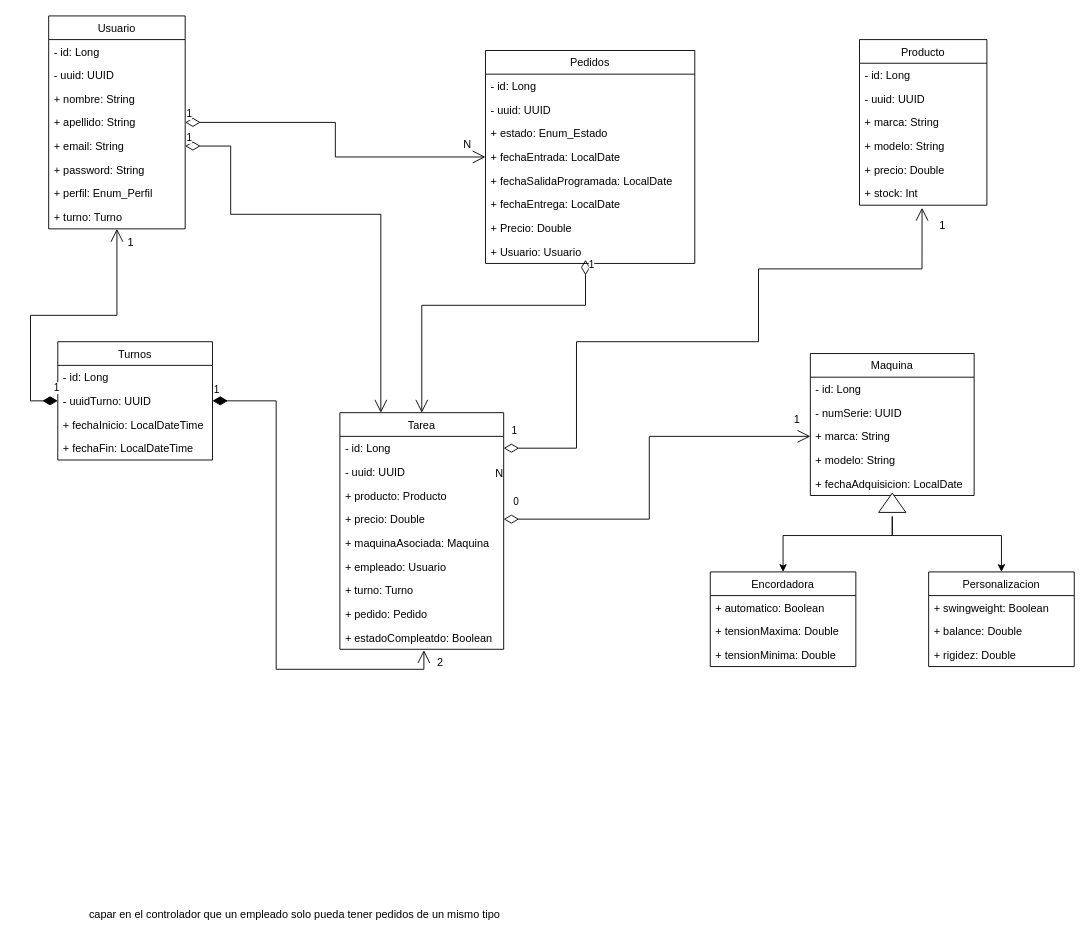
Above: metadata/DiagramaClasesTenisLab.drawio in RuyMi/Practica_Mongo_TenistasLab_AccesoADatos (draw.io), before the change. Source tidied: cells renumbered, new cells numbered last; positions are measured from the earlier drawing's top-left corner, leaving out a move shared by most shapes. Both pictures are drawn from the tidied source at 91%, with x=0, y=0 at pixel (30, 15).
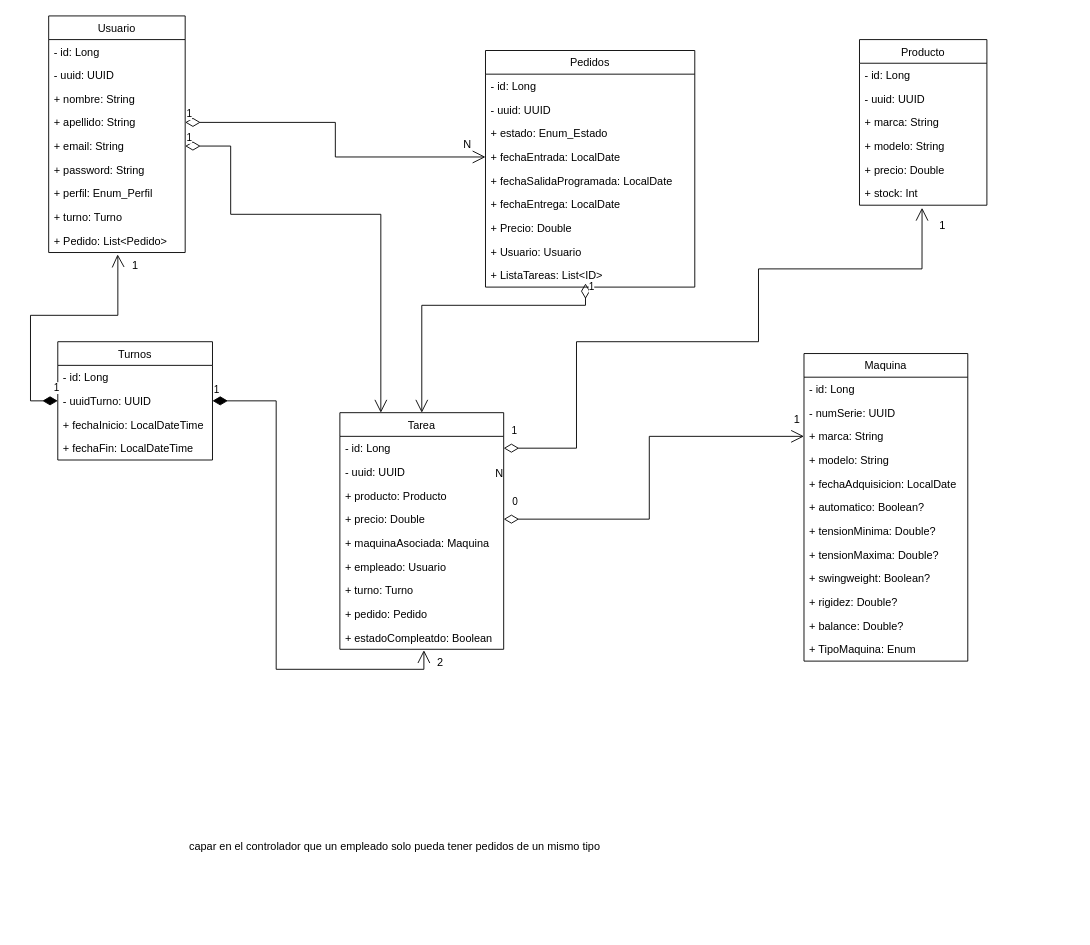
Above is the later version.

Commit message (it also covers changes not shown here):
Diagrama actualizado v1.0

The change refers to these unchanged cells:
```xml
<mxCell id="10" value="+ turno: Turno" style="text;strokeColor=none;fillColor=none;align=left;verticalAlign=top;spacingLeft=4;spacingRight=4;overflow=hidden;points=[[0,0.5],[1,0.5]];portConstraint=eastwest;" parent="2" vertex="1">
  <mxGeometry y="208" width="150" height="26" as="geometry" />
</mxCell>
<mxCell id="65" value="- uuidTurno: UUID" style="text;strokeColor=none;fillColor=none;align=left;verticalAlign=top;spacingLeft=4;spacingRight=4;overflow=hidden;points=[[0,0.5],[1,0.5]];portConstraint=eastwest;" parent="63" vertex="1">
  <mxGeometry y="52" width="170" height="26" as="geometry" />
</mxCell>
```

Diff of the diagram source:
```diff
@@
     <mxCell id="2" value="Usuario" style="swimlane;fontStyle=0;horizontal=1;startSize=26;fillColor=none;" parent="1" vertex="1">
-      <mxGeometry x="20" width="150" height="234" as="geometry" />
+      <mxGeometry x="20" width="150" height="260" as="geometry" />
     </mxCell>
@@
+    <mxCell id="73" value="+ Pedido: List&lt;Pedido&gt;" style="text;strokeColor=none;fillColor=none;align=left;verticalAlign=top;spacingLeft=4;spacingRight=4;overflow=hidden;points=[[0,0.5],[1,0.5]];portConstraint=eastwest;" parent="2" vertex="1">
+      <mxGeometry y="234" width="150" height="26" as="geometry" />
+    </mxCell>
     <mxCell id="11" value="Pedidos" style="swimlane;fontStyle=0;horizontal=1;startSize=26;fillColor=none;" parent="1" vertex="1">
-      <mxGeometry x="500" y="38" width="230" height="234" as="geometry" />
+      <mxGeometry x="500" y="38" width="230" height="260" as="geometry" />
     </mxCell>
@@
+    <mxCell id="74" value="+ Usuario: Usuario" style="text;strokeColor=none;fillColor=none;align=left;verticalAlign=top;spacingLeft=4;spacingRight=4;overflow=hidden;" parent="11" vertex="1">
+      <mxGeometry y="208" width="230" height="26" as="geometry" />
+    </mxCell>
-    <mxCell id="19" value="+ Usuario: Usuario" style="text;strokeColor=none;fillColor=none;align=left;verticalAlign=top;spacingLeft=4;spacingRight=4;overflow=hidden;points=[[0,0.5],[1,0.5]];portConstraint=eastwest;" parent="11" vertex="1">
-      <mxGeometry y="208" width="230" height="26" as="geometry" />
+    <mxCell id="19" value="+ ListaTareas: List&lt;ID&gt;" style="text;strokeColor=none;fillColor=none;align=left;verticalAlign=top;spacingLeft=4;spacingRight=4;overflow=hidden;points=[[0,0.5],[1,0.5]];portConstraint=eastwest;" parent="11" vertex="1">
+      <mxGeometry y="234" width="230" height="26" as="geometry" />
     </mxCell>
@@
     <mxCell id="22" value="Maquina" style="swimlane;fontStyle=0;horizontal=1;startSize=26;fillColor=none;" parent="1" vertex="1">
-      <mxGeometry x="857" y="371" width="180" height="156" as="geometry" />
+      <mxGeometry x="850" y="371" width="180" height="338" as="geometry" />
     </mxCell>
@@
-    <mxCell id="28" style="triangle;whiteSpace=wrap;html=1;rotation=-90;" parent="1" vertex="1">
-      <mxGeometry x="936.4" y="520" width="21.2" height="30" as="geometry" />
-    </mxCell>
-    <mxCell id="29" style="endArrow=classic;html=1;rounded=0;exitX=0.5;exitY=1;exitDx=0;exitDy=0;" parent="1" edge="1">
-      <mxGeometry relative="1" as="geometry">
-        <mxPoint x="947" y="550" as="sourcePoint" />
-        <mxPoint x="827" y="611" as="targetPoint" />
-        <Array as="points">
-          <mxPoint x="947" y="571" />
-          <mxPoint x="827" y="571" />
-        </Array>
-      </mxGeometry>
-    </mxCell>
-    <mxCell id="30" style="endArrow=classic;html=1;rounded=0;exitX=0.5;exitY=1;exitDx=0;exitDy=0;" parent="1" edge="1">
-      <mxGeometry relative="1" as="geometry">
-        <mxPoint x="947" y="550" as="sourcePoint" />
-        <mxPoint x="1067" y="611" as="targetPoint" />
-        <Array as="points">
-          <mxPoint x="947" y="571" />
-          <mxPoint x="1067" y="571" />
-        </Array>
-      </mxGeometry>
-    </mxCell>
-    <mxCell id="31" value="Encordadora" style="swimlane;fontStyle=0;horizontal=1;startSize=26;fillColor=none;" parent="1" vertex="1">
-      <mxGeometry x="747" y="611" width="160" height="104" as="geometry" />
-    </mxCell>
-    <mxCell id="32" value="+ automatico: Boolean" style="text;strokeColor=none;fillColor=none;align=left;verticalAlign=top;spacingLeft=4;spacingRight=4;overflow=hidden;" parent="31" vertex="1">
-      <mxGeometry y="26" width="160" height="26" as="geometry" />
+    <mxCell id="32" value="+ automatico: Boolean?" style="text;strokeColor=none;fillColor=none;align=left;verticalAlign=top;spacingLeft=4;spacingRight=4;overflow=hidden;" parent="22" vertex="1">
+      <mxGeometry y="156" width="180" height="26" as="geometry" />
     </mxCell>
+    <mxCell id="34" value="+ tensionMinima: Double?" style="text;strokeColor=none;fillColor=none;align=left;verticalAlign=top;spacingLeft=4;spacingRight=4;overflow=hidden;" parent="22" vertex="1">
+      <mxGeometry y="182" width="180" height="26" as="geometry" />
+    </mxCell>
-    <mxCell id="33" value="+ tensionMaxima: Double" style="text;strokeColor=none;fillColor=none;align=left;verticalAlign=top;spacingLeft=4;spacingRight=4;overflow=hidden;" parent="31" vertex="1">
-      <mxGeometry y="52" width="160" height="26" as="geometry" />
+    <mxCell id="33" value="+ tensionMaxima: Double?" style="text;strokeColor=none;fillColor=none;align=left;verticalAlign=top;spacingLeft=4;spacingRight=4;overflow=hidden;" parent="22" vertex="1">
+      <mxGeometry y="208" width="180" height="26" as="geometry" />
     </mxCell>
-    <mxCell id="34" value="+ tensionMinima: Double" style="text;strokeColor=none;fillColor=none;align=left;verticalAlign=top;spacingLeft=4;spacingRight=4;overflow=hidden;" parent="31" vertex="1">
-      <mxGeometry y="78" width="160" height="26" as="geometry" />
-    </mxCell>
-    <mxCell id="35" value="Personalizacion" style="swimlane;fontStyle=0;horizontal=1;startSize=26;fillColor=none;" parent="1" vertex="1">
-      <mxGeometry x="987" y="611" width="160" height="104" as="geometry" />
-    </mxCell>
-    <mxCell id="36" value="+ swingweight: Boolean" style="text;strokeColor=none;fillColor=none;align=left;verticalAlign=top;spacingLeft=4;spacingRight=4;overflow=hidden;" parent="35" vertex="1">
-      <mxGeometry y="26" width="160" height="26" as="geometry" />
+    <mxCell id="36" value="+ swingweight: Boolean?" style="text;strokeColor=none;fillColor=none;align=left;verticalAlign=top;spacingLeft=4;spacingRight=4;overflow=hidden;" parent="22" vertex="1">
+      <mxGeometry y="234" width="180" height="26" as="geometry" />
     </mxCell>
+    <mxCell id="38" value="+ rigidez: Double?" style="text;strokeColor=none;fillColor=none;align=left;verticalAlign=top;spacingLeft=4;spacingRight=4;overflow=hidden;" parent="22" vertex="1">
+      <mxGeometry y="260" width="180" height="26" as="geometry" />
+    </mxCell>
-    <mxCell id="37" value="+ balance: Double" style="text;strokeColor=none;fillColor=none;align=left;verticalAlign=top;spacingLeft=4;spacingRight=4;overflow=hidden;" parent="35" vertex="1">
-      <mxGeometry y="52" width="160" height="26" as="geometry" />
+    <mxCell id="37" value="+ balance: Double?" style="text;strokeColor=none;fillColor=none;align=left;verticalAlign=top;spacingLeft=4;spacingRight=4;overflow=hidden;" parent="22" vertex="1">
+      <mxGeometry y="286" width="180" height="26" as="geometry" />
     </mxCell>
-    <mxCell id="38" value="+ rigidez: Double" style="text;strokeColor=none;fillColor=none;align=left;verticalAlign=top;spacingLeft=4;spacingRight=4;overflow=hidden;" parent="35" vertex="1">
-      <mxGeometry y="78" width="160" height="26" as="geometry" />
-    </mxCell>
+    <mxCell id="75" value="+ TipoMaquina: Enum" style="text;strokeColor=none;fillColor=none;align=left;verticalAlign=top;spacingLeft=4;spacingRight=4;overflow=hidden;" parent="22" vertex="1">
+      <mxGeometry y="312" width="180" height="26" as="geometry" />
+    </mxCell>
@@
     <mxCell id="62" value="capar en el controlador que un empleado solo pueda tener pedidos de un mismo tipo" style="text;html=1;align=center;verticalAlign=middle;strokeColor=none;fillColor=none;" parent="1" vertex="1">
-      <mxGeometry x="50" y="973" width="480" height="30" as="geometry" />
+      <mxGeometry x="160" y="898" width="480" height="30" as="geometry" />
     </mxCell>
@@
-    <mxCell id="70" value="1" style="endArrow=open;html=1;endSize=12;startArrow=diamondThin;startSize=14;startFill=1;edgeStyle=orthogonalEdgeStyle;align=left;verticalAlign=bottom;rounded=0;exitX=0;exitY=0.5;exitDx=0;exitDy=0;" parent="1" edge="1" source="65" target="10">
+    <mxCell id="70" value="1" style="endArrow=open;html=1;endSize=12;startArrow=diamondThin;startSize=14;startFill=1;edgeStyle=orthogonalEdgeStyle;align=left;verticalAlign=bottom;rounded=0;exitX=0;exitY=0.5;exitDx=0;exitDy=0;entryX=0.505;entryY=1.079;entryDx=0;entryDy=0;entryPerimeter=0;" parent="1" edge="1" source="65" target="73">
       <mxGeometry x="-0.96" y="-5" relative="1" as="geometry">
         <Array as="points">
           <mxPoint y="423" />
           <mxPoint y="329" />
-          <mxPoint x="95" y="329" />
+          <mxPoint x="96" y="329" />
+          <mxPoint x="96" y="268" />
+          <mxPoint x="96" y="268" />
         </Array>
       </mxGeometry>
     </mxCell>
     <mxCell id="71" value="1" style="text;html=1;align=center;verticalAlign=middle;strokeColor=none;fillColor=none;" parent="1" vertex="1">
-      <mxGeometry x="95" y="234" width="30" height="30" as="geometry" />
+      <mxGeometry x="100" y="260" width="30" height="30" as="geometry" />
     </mxCell>
```
